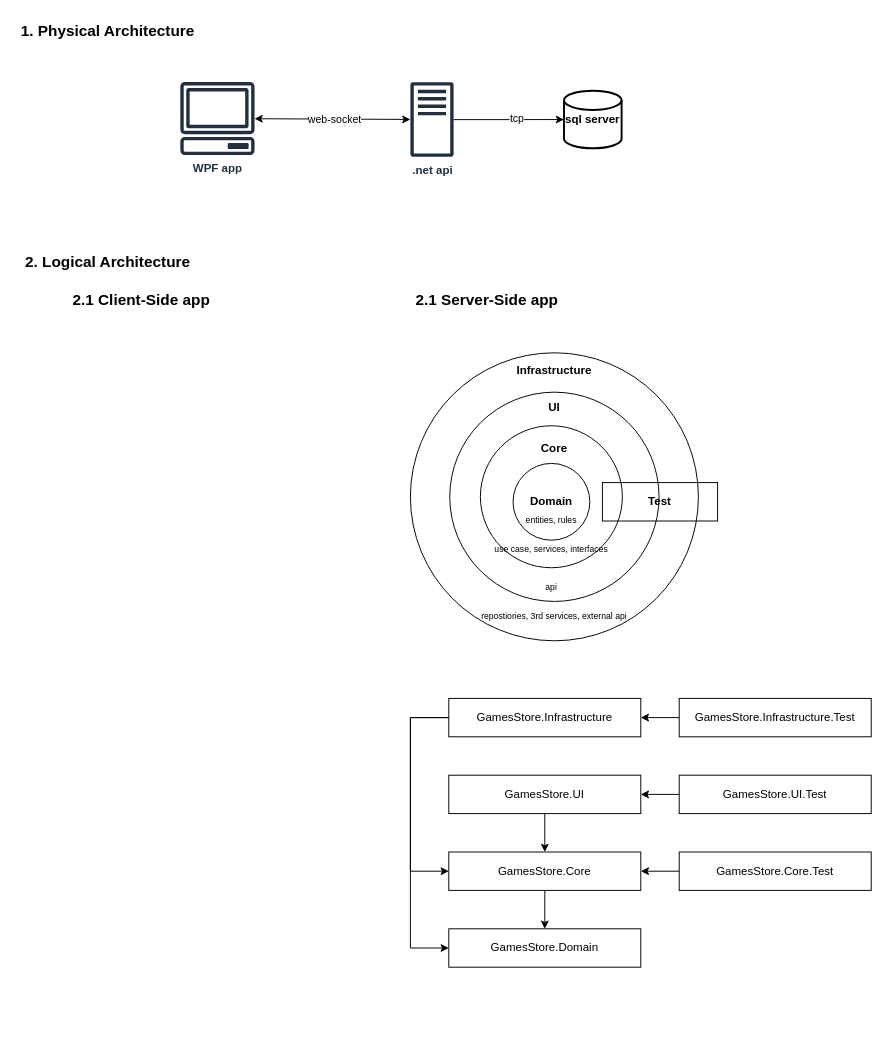
Above: docs/architect.v1.drawio in binhld98/GamesStore (draw.io), before the change. Source tidied: cells renumbered, new cells numbered last; positions are measured from the earlier drawing's top-left corner, leaving out a move shared by most shapes. Both pictures are drawn from the tidied source at 96%, with x=0, y=0 at pixel (16, 16).
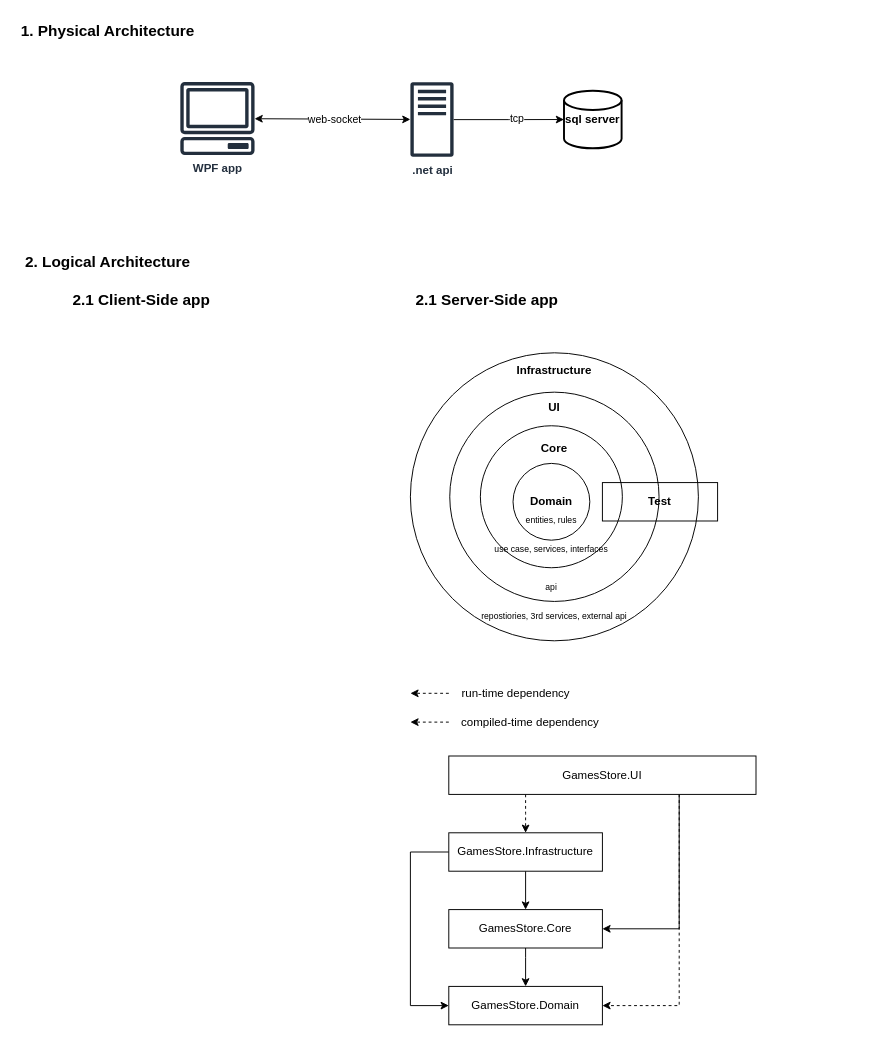
Above is the later version.

Change to the diagram source:
```diff
@@
+    <mxCell id="26" style="edgeStyle=orthogonalEdgeStyle;rounded=0;jettySize=auto;html=1;" parent="1" edge="1" source="27" target="31">
+      <mxGeometry relative="1" as="geometry" />
+    </mxCell>
     <mxCell id="25" style="edgeStyle=orthogonalEdgeStyle;rounded=0;jettySize=auto;html=1;" parent="1" edge="1" source="27" target="32">
       <mxGeometry relative="1" as="geometry">
         <Array as="points">
-          <mxPoint x="410" y="730" />
-          <mxPoint x="410" y="970" />
+          <mxPoint x="410" y="870" />
+          <mxPoint x="410" y="1030" />
         </Array>
       </mxGeometry>
     </mxCell>
-    <mxCell id="26" style="edgeStyle=orthogonalEdgeStyle;rounded=0;jettySize=auto;html=1;" parent="1" edge="1" source="27" target="31">
-      <mxGeometry relative="1" as="geometry">
-        <Array as="points">
-          <mxPoint x="410" y="730" />
-          <mxPoint x="410" y="890" />
-        </Array>
-      </mxGeometry>
-    </mxCell>
     <mxCell id="27" value="GamesStore.Infrastructure" style="rounded=0;whiteSpace=wrap;html=1;" parent="1" vertex="1">
-      <mxGeometry x="450" y="710" width="200" height="40" as="geometry" />
+      <mxGeometry x="450" y="850" width="160" height="40" as="geometry" />
     </mxCell>
+    <mxCell id="39" style="edgeStyle=orthogonalEdgeStyle;rounded=0;jettySize=auto;html=1;dashed=1;" parent="1" edge="1" source="29" target="27">
+      <mxGeometry relative="1" as="geometry">
+        <Array as="points">
+          <mxPoint x="530" y="830" />
+          <mxPoint x="530" y="830" />
+        </Array>
+      </mxGeometry>
+    </mxCell>
     <mxCell id="28" style="edgeStyle=orthogonalEdgeStyle;rounded=0;jettySize=auto;html=1;" parent="1" edge="1" source="29" target="31">
-      <mxGeometry relative="1" as="geometry" />
+      <mxGeometry relative="1" as="geometry">
+        <Array as="points">
+          <mxPoint x="690" y="950" />
+        </Array>
+      </mxGeometry>
     </mxCell>
+    <mxCell id="40" style="edgeStyle=orthogonalEdgeStyle;rounded=0;jettySize=auto;html=1;dashed=1;" parent="1" edge="1" source="29" target="32">
+      <mxGeometry relative="1" as="geometry">
+        <Array as="points">
+          <mxPoint x="690" y="1030" />
+        </Array>
+      </mxGeometry>
+    </mxCell>
     <mxCell id="29" value="GamesStore.UI" style="rounded=0;whiteSpace=wrap;html=1;" parent="1" vertex="1">
-      <mxGeometry x="450" y="790" width="200" height="40" as="geometry" />
+      <mxGeometry x="450" y="770" width="320" height="40" as="geometry" />
     </mxCell>
     <mxCell id="30" style="edgeStyle=orthogonalEdgeStyle;rounded=0;jettySize=auto;html=1;" parent="1" edge="1" source="31" target="32">
-      <mxGeometry relative="1" as="geometry" />
+      <mxGeometry relative="1" as="geometry">
+        <Array as="points">
+          <mxPoint x="530" y="980" />
+          <mxPoint x="530" y="980" />
+        </Array>
+      </mxGeometry>
     </mxCell>
     <mxCell id="31" value="GamesStore.Core" style="rounded=0;whiteSpace=wrap;html=1;" parent="1" vertex="1">
-      <mxGeometry x="450" y="870" width="200" height="40" as="geometry" />
+      <mxGeometry x="450" y="930" width="160" height="40" as="geometry" />
     </mxCell>
     <mxCell id="32" value="GamesStore.Domain" style="rounded=0;whiteSpace=wrap;html=1;" parent="1" vertex="1">
-      <mxGeometry x="450" y="950" width="200" height="40" as="geometry" />
+      <mxGeometry x="450" y="1010" width="160" height="40" as="geometry" />
     </mxCell>
-    <mxCell id="33" style="edgeStyle=orthogonalEdgeStyle;rounded=0;jettySize=auto;html=1;" parent="1" edge="1" source="34" target="27">
-      <mxGeometry relative="1" as="geometry" />
-    </mxCell>
-    <mxCell id="34" value="GamesStore.Infrastructure.Test" style="rounded=0;whiteSpace=wrap;html=1;" parent="1" vertex="1">
-      <mxGeometry x="690" y="710" width="200" height="40" as="geometry" />
-    </mxCell>
-    <mxCell id="35" style="edgeStyle=orthogonalEdgeStyle;rounded=0;jettySize=auto;html=1;" parent="1" edge="1" source="36" target="29">
-      <mxGeometry relative="1" as="geometry" />
-    </mxCell>
-    <mxCell id="36" value="GamesStore.UI.Test" style="rounded=0;whiteSpace=wrap;html=1;" parent="1" vertex="1">
-      <mxGeometry x="690" y="790" width="200" height="40" as="geometry" />
-    </mxCell>
-    <mxCell id="37" style="edgeStyle=orthogonalEdgeStyle;rounded=0;jettySize=auto;html=1;" parent="1" edge="1" source="38" target="31">
-      <mxGeometry relative="1" as="geometry" />
-    </mxCell>
-    <mxCell id="38" value="GamesStore.Core.Test" style="rounded=0;whiteSpace=wrap;html=1;" parent="1" vertex="1">
-      <mxGeometry x="690" y="870" width="200" height="40" as="geometry" />
-    </mxCell>
+    <mxCell id="41" style="group;" parent="1" vertex="1">
+      <mxGeometry x="410" y="690" width="210" height="60" as="geometry" />
+    </mxCell>
+    <mxCell id="42" style="group;" parent="41" vertex="1">
+      <mxGeometry width="180" height="30" as="geometry" />
+    </mxCell>
+    <mxCell id="43" style="endArrow=classic;html=1;rounded=0;dashed=1;" parent="42" edge="1">
+      <mxGeometry relative="1" as="geometry">
+        <mxPoint x="40" y="14.7" as="sourcePoint" />
+        <mxPoint y="14.7" as="targetPoint" />
+      </mxGeometry>
+    </mxCell>
+    <mxCell id="44" value="run-time dependency" style="text;html=1;align=center;verticalAlign=middle;whiteSpace=wrap;rounded=0;" parent="42" vertex="1">
+      <mxGeometry x="40" width="140" height="30" as="geometry" />
+    </mxCell>
+    <mxCell id="45" style="group;" parent="41" vertex="1">
+      <mxGeometry y="30" width="210" height="30" as="geometry" />
+    </mxCell>
+    <mxCell id="46" style="endArrow=classic;html=1;rounded=0;dashed=1;" parent="45" edge="1">
+      <mxGeometry relative="1" as="geometry">
+        <mxPoint x="40" y="14.7" as="sourcePoint" />
+        <mxPoint y="14.7" as="targetPoint" />
+      </mxGeometry>
+    </mxCell>
+    <mxCell id="47" value="compiled-time dependency" style="text;html=1;align=center;verticalAlign=middle;whiteSpace=wrap;rounded=0;" parent="45" vertex="1">
+      <mxGeometry x="40" width="170" height="30" as="geometry" />
+    </mxCell>
```
